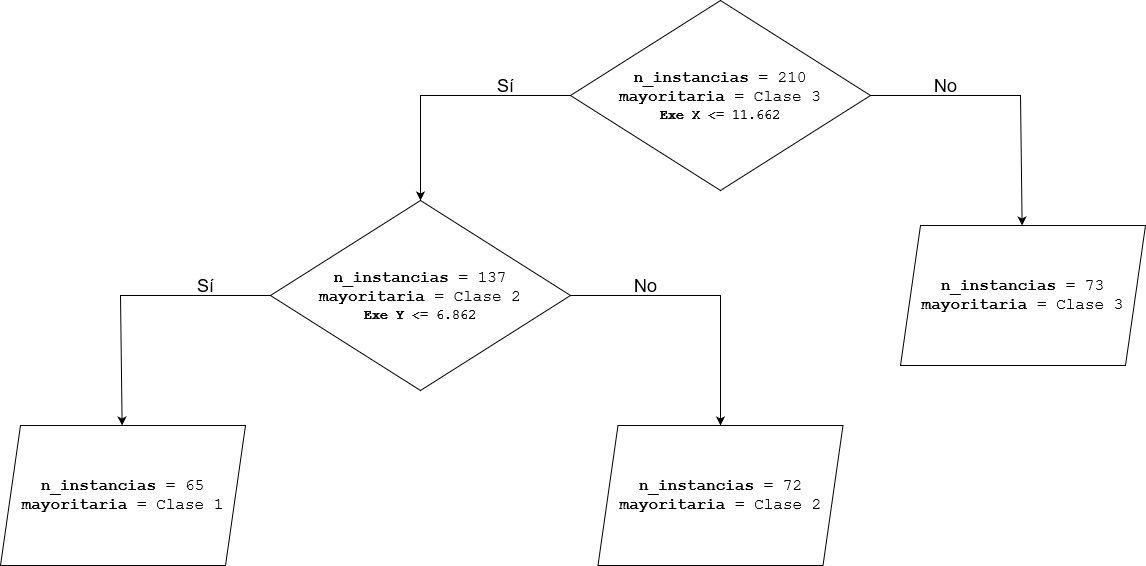
dmacha27/TFM-VIU keeps this draw.io diagram as doc/figuras/Tree.png. Above is the earlier version. Source tidied: cells renumbered, new cells last; positions are measured from the earlier drawing's top-left corner, leaving out a move shared by most shapes.
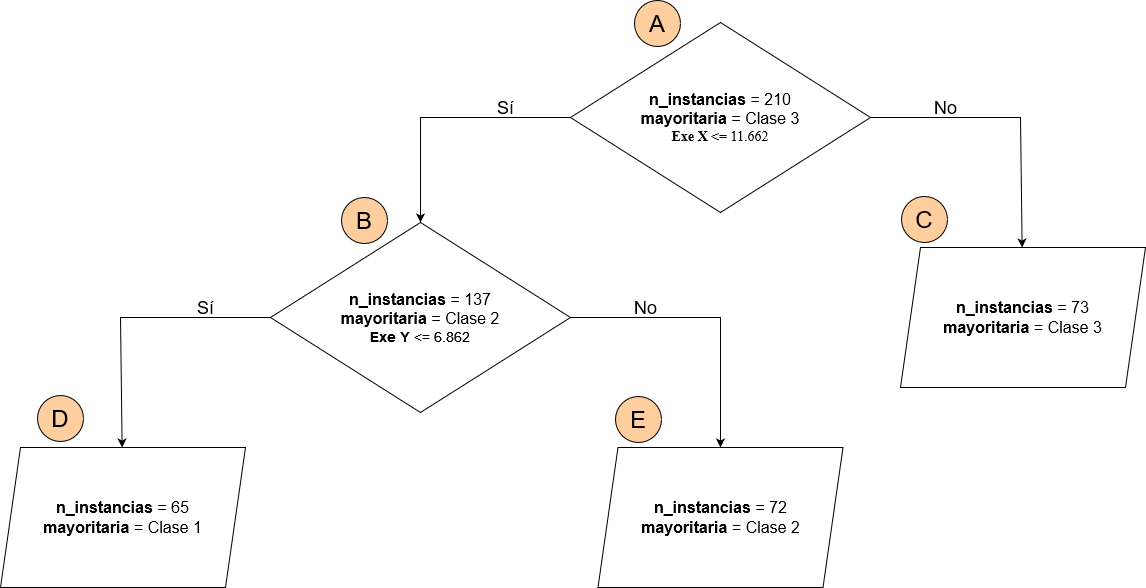
Above is the later version.

What changed in the source:
```diff
@@ -2,7 +2,7 @@
   <root>
     <mxCell id="0" />
     <mxCell id="1" parent="0" />
-    <mxCell id="2" value="&lt;div&gt;&lt;div&gt;&lt;font face=&quot;Courier New&quot; size=&quot;3&quot;&gt;&lt;b&gt;n_instancias &lt;/b&gt;= 210&lt;/font&gt;&lt;/div&gt;&lt;font face=&quot;Courier New&quot; size=&quot;3&quot;&gt;&lt;b&gt;mayoritaria &lt;/b&gt;= Clase 3&lt;/font&gt;&lt;/div&gt;&lt;div&gt;&lt;font face=&quot;Courier New&quot; style=&quot;font-size: 14px;&quot;&gt;&lt;b&gt;Exe X&lt;/b&gt; &amp;lt;= 11.662&lt;/font&gt;&lt;/div&gt;" style="rhombus;whiteSpace=wrap;html=1;" parent="1" vertex="1">
+    <mxCell id="2" value="&lt;div&gt;&lt;div&gt;&lt;font face=&quot;Helvetica&quot; size=&quot;3&quot;&gt;&lt;b&gt;n_instancias &lt;/b&gt;= 210&lt;/font&gt;&lt;/div&gt;&lt;font face=&quot;Helvetica&quot; size=&quot;3&quot;&gt;&lt;b&gt;mayoritaria &lt;/b&gt;= Clase 3&lt;/font&gt;&lt;/div&gt;&lt;div&gt;&lt;font face=&quot;RRs3pfr83iFRfg8HpY1i&quot; style=&quot;font-size: 14px;&quot;&gt;&lt;b&gt;Exe X&lt;/b&gt; &amp;lt;= 11.662&lt;/font&gt;&lt;/div&gt;" style="rhombus;whiteSpace=wrap;html=1;" parent="1" vertex="1">
       <mxGeometry x="570" width="300" height="190" as="geometry" />
     </mxCell>
     <mxCell id="3" style="endArrow=classic;html=1;rounded=0;exitX=0;exitY=0.5;exitDx=0;exitDy=0;entryX=0.5;entryY=0;entryDx=0;entryDy=0;" parent="1" edge="1" source="2" target="7">
@@ -25,7 +25,7 @@
     <mxCell id="6" value="&lt;font style=&quot;font-size: 18px;&quot;&gt;No&lt;/font&gt;" style="text;html=1;align=center;verticalAlign=middle;strokeColor=none;fillColor=none;" parent="1" vertex="1">
       <mxGeometry x="920" y="65" width="50" height="40" as="geometry" />
     </mxCell>
-    <mxCell id="7" value="&lt;div&gt;&lt;div&gt;&lt;font face=&quot;Courier New&quot; size=&quot;3&quot;&gt;&lt;b&gt;n_instancias &lt;/b&gt;= 137&lt;/font&gt;&lt;/div&gt;&lt;font face=&quot;Courier New&quot; size=&quot;3&quot;&gt;&lt;b&gt;mayoritaria &lt;/b&gt;= Clase 2&lt;br&gt;&lt;/font&gt;&lt;/div&gt;&lt;div&gt;&lt;font face=&quot;Courier New&quot; style=&quot;font-size: 14px;&quot;&gt;&lt;b&gt;Exe Y&lt;/b&gt; &amp;lt;= 6.862&lt;br&gt;&lt;/font&gt;&lt;/div&gt;" style="rhombus;whiteSpace=wrap;html=1;" parent="1" vertex="1">
+    <mxCell id="7" value="&lt;div&gt;&lt;div&gt;&lt;font face=&quot;Helvetica&quot; size=&quot;3&quot;&gt;&lt;b&gt;n_instancias &lt;/b&gt;= 137&lt;/font&gt;&lt;/div&gt;&lt;font face=&quot;Helvetica&quot; size=&quot;3&quot;&gt;&lt;b&gt;mayoritaria &lt;/b&gt;= Clase 2&lt;/font&gt;&lt;font face=&quot;e73ulkZlKWWlf-PKoOCK&quot; size=&quot;3&quot;&gt;&lt;br&gt;&lt;/font&gt;&lt;/div&gt;&lt;div&gt;&lt;font face=&quot;Helvetica&quot; style=&quot;font-size: 14px;&quot;&gt;&lt;b&gt;Exe Y&lt;/b&gt; &amp;lt;= 6.862&lt;/font&gt;&lt;font face=&quot;32j84YVYA7ILuu34c-yE&quot; style=&quot;font-size: 14px;&quot;&gt;&lt;br&gt;&lt;/font&gt;&lt;/div&gt;" style="rhombus;whiteSpace=wrap;html=1;" parent="1" vertex="1">
       <mxGeometry x="270" y="200" width="300" height="190" as="geometry" />
     </mxCell>
     <mxCell id="8" style="endArrow=classic;html=1;rounded=0;exitX=0;exitY=0.5;exitDx=0;exitDy=0;" parent="1" edge="1" source="7" target="12">
@@ -48,14 +48,29 @@
     <mxCell id="11" value="&lt;font style=&quot;font-size: 18px;&quot;&gt;No&lt;/font&gt;" style="text;html=1;align=center;verticalAlign=middle;strokeColor=none;fillColor=none;" parent="1" vertex="1">
       <mxGeometry x="620" y="265" width="50" height="40" as="geometry" />
     </mxCell>
-    <mxCell id="12" value="&lt;div&gt;&lt;font face=&quot;Courier New&quot; size=&quot;3&quot;&gt;&lt;b&gt;n_instancias &lt;/b&gt;= 65&lt;br&gt;&lt;/font&gt;&lt;/div&gt;&lt;font face=&quot;Courier New&quot; size=&quot;3&quot;&gt;&lt;b&gt;mayoritaria &lt;/b&gt;= Clase 1&lt;/font&gt;" style="shape=parallelogram;perimeter=parallelogramPerimeter;whiteSpace=wrap;html=1;fixedSize=1;" parent="1" vertex="1">
+    <mxCell id="12" value="&lt;div&gt;&lt;font face=&quot;Helvetica&quot; size=&quot;3&quot;&gt;&lt;b&gt;n_instancias &lt;/b&gt;= 65&lt;/font&gt;&lt;font face=&quot;QWR3DrdlvUHcherh-kZa&quot; size=&quot;3&quot;&gt;&lt;br&gt;&lt;/font&gt;&lt;/div&gt;&lt;font face=&quot;Helvetica&quot; size=&quot;3&quot;&gt;&lt;b&gt;mayoritaria &lt;/b&gt;= Clase 1&lt;/font&gt;" style="shape=parallelogram;perimeter=parallelogramPerimeter;whiteSpace=wrap;html=1;fixedSize=1;" parent="1" vertex="1">
       <mxGeometry y="425" width="245" height="140" as="geometry" />
     </mxCell>
-    <mxCell id="13" value="&lt;div&gt;&lt;font face=&quot;Courier New&quot; size=&quot;3&quot;&gt;&lt;b&gt;n_instancias &lt;/b&gt;= 72&lt;br&gt;&lt;/font&gt;&lt;/div&gt;&lt;font face=&quot;Courier New&quot; size=&quot;3&quot;&gt;&lt;b&gt;mayoritaria &lt;/b&gt;= Clase 2&lt;br&gt;&lt;/font&gt;" style="shape=parallelogram;perimeter=parallelogramPerimeter;whiteSpace=wrap;html=1;fixedSize=1;" parent="1" vertex="1">
+    <mxCell id="13" value="&lt;div&gt;&lt;font face=&quot;Helvetica&quot; size=&quot;3&quot;&gt;&lt;b&gt;n_instancias &lt;/b&gt;= 72&lt;/font&gt;&lt;font face=&quot;6x5QtJxS3u9pcMat33uz&quot; size=&quot;3&quot;&gt;&lt;br&gt;&lt;/font&gt;&lt;/div&gt;&lt;font face=&quot;Helvetica&quot; size=&quot;3&quot;&gt;&lt;b&gt;mayoritaria &lt;/b&gt;= Clase 2&lt;/font&gt;&lt;font face=&quot;GrCulFk9jfTRONJ4YcPu&quot; size=&quot;3&quot;&gt;&lt;br&gt;&lt;/font&gt;" style="shape=parallelogram;perimeter=parallelogramPerimeter;whiteSpace=wrap;html=1;fixedSize=1;" parent="1" vertex="1">
       <mxGeometry x="597.5" y="425" width="245" height="140" as="geometry" />
     </mxCell>
-    <mxCell id="14" value="&lt;div&gt;&lt;font face=&quot;Courier New&quot; size=&quot;3&quot;&gt;&lt;b&gt;n_instancias &lt;/b&gt;= 73&lt;br&gt;&lt;/font&gt;&lt;/div&gt;&lt;font face=&quot;Courier New&quot; size=&quot;3&quot;&gt;&lt;b&gt;mayoritaria &lt;/b&gt;= Clase 3&lt;br&gt;&lt;/font&gt;" style="shape=parallelogram;perimeter=parallelogramPerimeter;whiteSpace=wrap;html=1;fixedSize=1;" parent="1" vertex="1">
+    <mxCell id="14" value="&lt;div&gt;&lt;font face=&quot;Helvetica&quot; size=&quot;3&quot;&gt;&lt;b&gt;n_instancias &lt;/b&gt;= 73&lt;/font&gt;&lt;font face=&quot;LohyRmYoiJddHyXixvhF&quot; size=&quot;3&quot;&gt;&lt;br&gt;&lt;/font&gt;&lt;/div&gt;&lt;font face=&quot;Helvetica&quot; size=&quot;3&quot;&gt;&lt;b&gt;mayoritaria &lt;/b&gt;= Clase 3&lt;/font&gt;&lt;font face=&quot;2UXLF2RJy9Ss85BxnbOp&quot; size=&quot;3&quot;&gt;&lt;br&gt;&lt;/font&gt;" style="shape=parallelogram;perimeter=parallelogramPerimeter;whiteSpace=wrap;html=1;fixedSize=1;" parent="1" vertex="1">
       <mxGeometry x="900" y="225" width="245" height="140" as="geometry" />
     </mxCell>
+    <mxCell id="15" value="&lt;font style=&quot;font-size: 24px;&quot;&gt;A&lt;/font&gt;" style="ellipse;whiteSpace=wrap;html=1;fillColor=#FFCE9F;" parent="1" vertex="1">
+      <mxGeometry x="634" y="-22" width="46" height="46" as="geometry" />
+    </mxCell>
+    <mxCell id="16" value="&lt;font style=&quot;font-size: 24px;&quot;&gt;B&lt;/font&gt;" style="ellipse;whiteSpace=wrap;html=1;fillColor=#FFCE9F;" parent="1" vertex="1">
+      <mxGeometry x="341" y="175" width="46" height="46" as="geometry" />
+    </mxCell>
+    <mxCell id="17" value="&lt;font style=&quot;font-size: 24px;&quot;&gt;C&lt;/font&gt;" style="ellipse;whiteSpace=wrap;html=1;fillColor=#FFCE9F;" parent="1" vertex="1">
+      <mxGeometry x="901" y="174" width="46" height="46" as="geometry" />
+    </mxCell>
+    <mxCell id="18" value="&lt;font style=&quot;font-size: 24px;&quot;&gt;D&lt;/font&gt;" style="ellipse;whiteSpace=wrap;html=1;fillColor=#FFCE9F;" parent="1" vertex="1">
+      <mxGeometry x="37" y="373" width="46" height="46" as="geometry" />
+    </mxCell>
+    <mxCell id="19" value="&lt;font style=&quot;font-size: 24px;&quot;&gt;E&lt;/font&gt;" style="ellipse;whiteSpace=wrap;html=1;fillColor=#FFCE9F;" parent="1" vertex="1">
+      <mxGeometry x="615" y="374" width="46" height="46" as="geometry" />
+    </mxCell>
   </root>
 </mxGraphModel>
```
